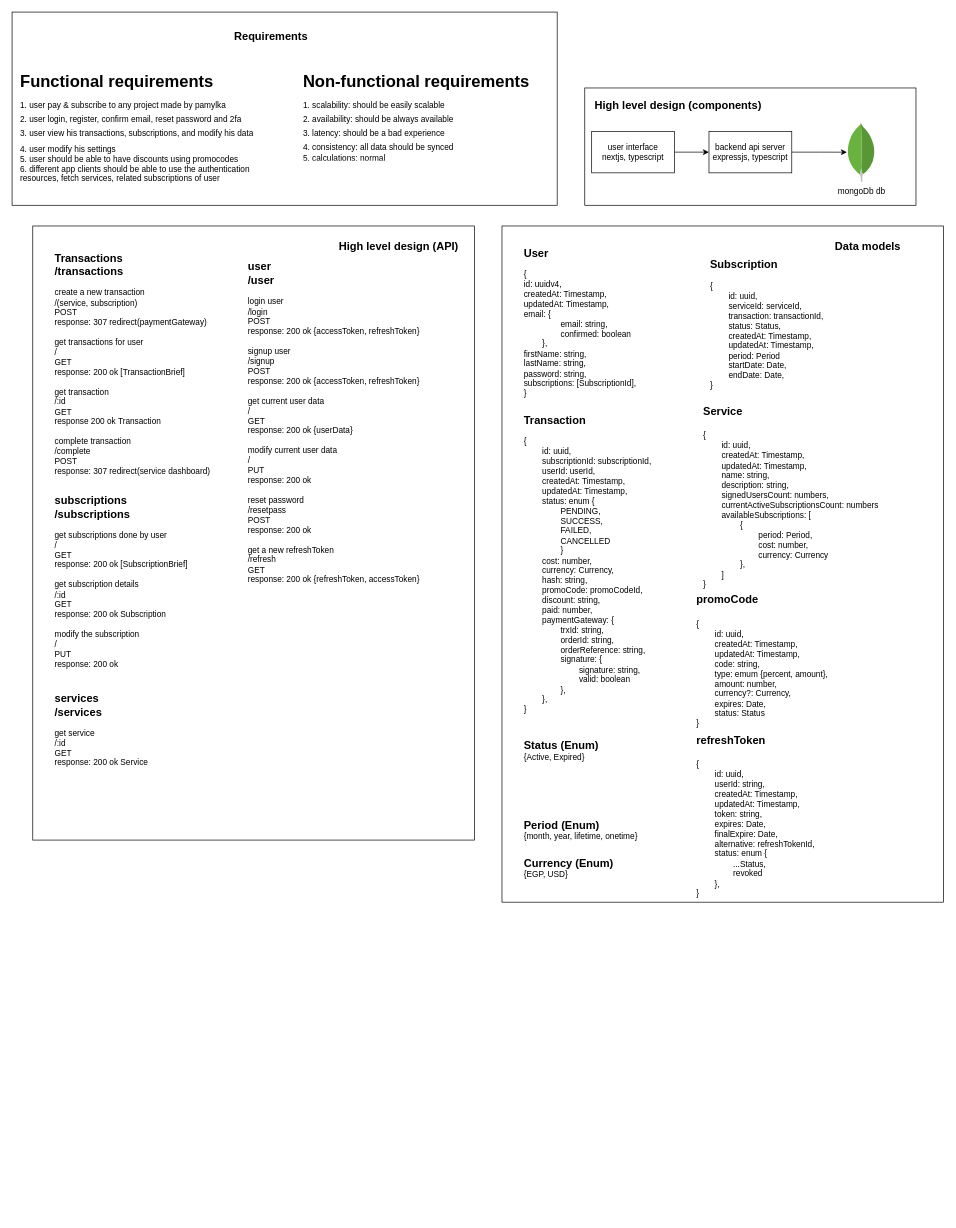
The draw.io diagram pamylka - general.drawio in ahmed-elbehairy7/pamylka-system-design, before the edit. Source tidied: cells renumbered, new cells numbered last; positions are measured from the earlier drawing's top-left corner, leaving out a move shared by most shapes. Both pictures are drawn from the tidied source at 69%, with x=0, y=0 at pixel (12, 12).
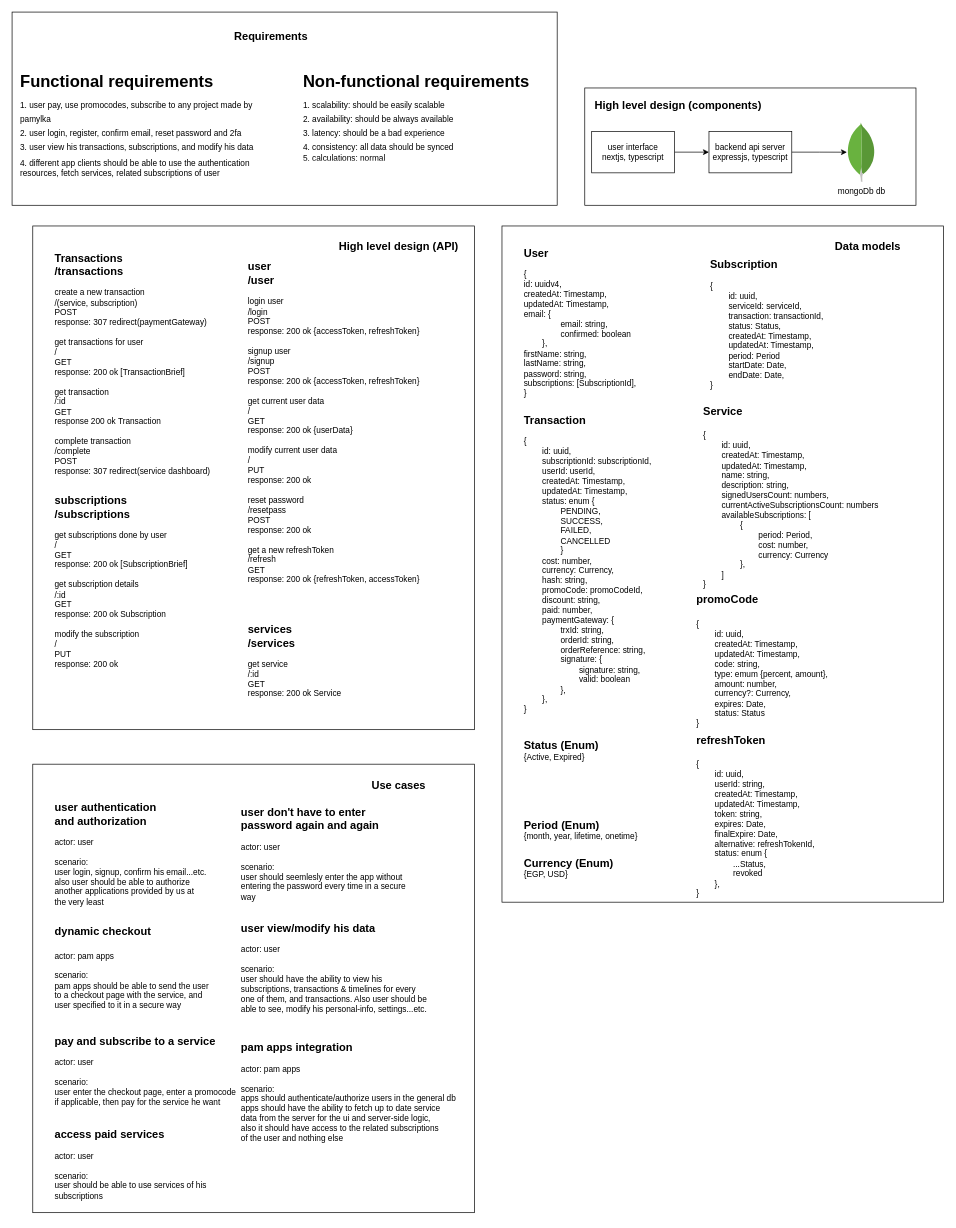
After the change.

Unchanged cells that the change refers to:
```xml
<mxCell id="17" style="group;" parent="1" vertex="1">
  <mxGeometry width="790" height="280" as="geometry" />
</mxCell>
```

Diff of the diagram source:
```diff
@@
     <mxCell id="10" style="group;" parent="1" vertex="1">
-      <mxGeometry x="30" y="310" width="640" height="890" as="geometry" />
+      <mxGeometry x="30" y="310" width="640" height="736" as="geometry" />
     </mxCell>
     <mxCell id="11" style="whiteSpace=wrap;html=1;fontSize=11;" parent="10" vertex="1">
-      <mxGeometry width="640" height="890" as="geometry" />
+      <mxGeometry width="640" height="730" as="geometry" />
     </mxCell>
@@
     <mxCell id="16" value="&lt;div&gt;&lt;span style=&quot;font-size: 16px;&quot;&gt;&lt;b&gt;services&lt;/b&gt;&lt;/span&gt;&lt;/div&gt;&lt;div&gt;&lt;b style=&quot;font-size: 16px; background-color: transparent; color: light-dark(rgb(0, 0, 0), rgb(255, 255, 255));&quot;&gt;/services&lt;/b&gt;&lt;/div&gt;&lt;div&gt;&lt;br&gt;&lt;/div&gt;&lt;div&gt;get service&lt;/div&gt;&lt;div&gt;/:id&lt;/div&gt;&lt;div&gt;GET&lt;/div&gt;&lt;div&gt;response: 200 ok Service&lt;/div&gt;" style="text;html=1;align=left;verticalAlign=middle;strokeColor=none;fillColor=none;" parent="10" vertex="1">
-      <mxGeometry x="30" y="670" width="160" height="120" as="geometry" />
+      <mxGeometry x="310" y="570" width="160" height="120" as="geometry" />
     </mxCell>
@@
-    <mxCell id="19" value="&lt;h1 style=&quot;margin-top: 0px;&quot;&gt;&lt;span style=&quot;background-color: transparent; color: light-dark(rgb(0, 0, 0), rgb(255, 255, 255));&quot;&gt;Functional requirements&lt;/span&gt;&lt;/h1&gt;&lt;h1 style=&quot;margin-top: 0px; line-height: 0%;&quot;&gt;&lt;span style=&quot;font-size: 12px; font-weight: 400;&quot;&gt;1. user pay &amp;amp; subscribe to any project made by pamylka&lt;/span&gt;&lt;/h1&gt;&lt;h1 style=&quot;margin-top: 0px; line-height: 0%;&quot;&gt;&lt;span style=&quot;font-size: 12px; font-weight: 400; background-color: transparent; color: light-dark(rgb(0, 0, 0), rgb(255, 255, 255));&quot;&gt;2. user login, register, confirm email, reset password and 2fa&lt;/span&gt;&lt;/h1&gt;&lt;h1 style=&quot;margin-top: 0px; line-height: 0%;&quot;&gt;&lt;span style=&quot;font-size: 12px; font-weight: 400; background-color: transparent; color: light-dark(rgb(0, 0, 0), rgb(255, 255, 255));&quot;&gt;3. user view his transactions, subscriptions, and modify his data&lt;/span&gt;&lt;/h1&gt;&lt;div&gt;&lt;span style=&quot;font-size: 12px; font-weight: 400; background-color: transparent; color: light-dark(rgb(0, 0, 0), rgb(255, 255, 255));&quot;&gt;4. user modify his settings&lt;/span&gt;&lt;/div&gt;&lt;div&gt;&lt;span style=&quot;font-size: 12px; font-weight: 400; background-color: transparent; color: light-dark(rgb(0, 0, 0), rgb(255, 255, 255));&quot;&gt;5. user should be able to have discounts using promocodes&lt;/span&gt;&lt;/div&gt;&lt;div&gt;&lt;span style=&quot;font-size: 12px; font-weight: 400; background-color: transparent; color: light-dark(rgb(0, 0, 0), rgb(255, 255, 255));&quot;&gt;6. different app clients should be able to use the authentication&lt;/span&gt;&lt;/div&gt;&lt;div&gt;&lt;span style=&quot;font-size: 12px; font-weight: 400; background-color: transparent; color: light-dark(rgb(0, 0, 0), rgb(255, 255, 255));&quot;&gt;resources, fetch services, related subscriptions of user&lt;/span&gt;&lt;/div&gt;" style="text;html=1;whiteSpace=wrap;overflow=hidden;rounded=0;" parent="17" vertex="1">
+    <mxCell id="19" value="&lt;h1 style=&quot;margin-top: 0px;&quot;&gt;&lt;span style=&quot;background-color: transparent; color: light-dark(rgb(0, 0, 0), rgb(255, 255, 255));&quot;&gt;Functional requirements&lt;/span&gt;&lt;/h1&gt;&lt;h1 style=&quot;margin-top: 0px; line-height: 0%;&quot;&gt;&lt;span style=&quot;font-size: 12px; font-weight: 400;&quot;&gt;1. user pay, use promocodes, subscribe to any project made by&amp;nbsp;&lt;/span&gt;&lt;/h1&gt;&lt;h1 style=&quot;margin-top: 0px; line-height: 0%;&quot;&gt;&lt;span style=&quot;font-size: 12px; font-weight: 400;&quot;&gt;pamylka&lt;/span&gt;&lt;/h1&gt;&lt;h1 style=&quot;margin-top: 0px; line-height: 0%;&quot;&gt;&lt;span style=&quot;font-size: 12px; font-weight: 400; background-color: transparent; color: light-dark(rgb(0, 0, 0), rgb(255, 255, 255));&quot;&gt;2. user login, register, confirm email, reset password and 2fa&lt;/span&gt;&lt;/h1&gt;&lt;h1 style=&quot;margin-top: 0px; line-height: 0%;&quot;&gt;&lt;span style=&quot;font-size: 12px; font-weight: 400; background-color: transparent; color: light-dark(rgb(0, 0, 0), rgb(255, 255, 255));&quot;&gt;3. user view his transactions, subscriptions, and modify his data&lt;/span&gt;&lt;/h1&gt;&lt;div&gt;&lt;span style=&quot;background-color: transparent; color: light-dark(rgb(0, 0, 0), rgb(255, 255, 255));&quot;&gt;4. different app clients should be able to use the authentication&lt;/span&gt;&lt;/div&gt;&lt;div&gt;&lt;span style=&quot;font-size: 12px; font-weight: 400; background-color: transparent; color: light-dark(rgb(0, 0, 0), rgb(255, 255, 255));&quot;&gt;resources, fetch services, related subscriptions of user&lt;/span&gt;&lt;/div&gt;" style="text;html=1;whiteSpace=wrap;overflow=hidden;rounded=0;" parent="17" vertex="1">
       <mxGeometry x="10" y="80" width="370" height="170" as="geometry" />
     </mxCell>
@@
+    <mxCell id="34" style="group;" parent="1" vertex="1">
+      <mxGeometry x="30" y="1090" width="640" height="654" as="geometry" />
+    </mxCell>
+    <mxCell id="35" style="whiteSpace=wrap;html=1;fontSize=11;" parent="34" vertex="1">
+      <mxGeometry width="640" height="650" as="geometry" />
+    </mxCell>
+    <mxCell id="36" value="&lt;div&gt;&lt;span style=&quot;font-size: 16px;&quot;&gt;&lt;b&gt;user authentication&amp;nbsp;&lt;/b&gt;&lt;/span&gt;&lt;/div&gt;&lt;div&gt;&lt;span style=&quot;font-size: 16px;&quot;&gt;&lt;b&gt;and authorization&lt;/b&gt;&lt;/span&gt;&lt;/div&gt;&lt;div&gt;&lt;br&gt;&lt;/div&gt;&lt;div&gt;actor: user&lt;/div&gt;&lt;div&gt;&lt;br&gt;&lt;/div&gt;&lt;div&gt;scenario:&lt;/div&gt;&lt;div&gt;user login, signup, confirm his email...etc.&lt;/div&gt;&lt;div&gt;also user should be able to authorize&amp;nbsp;&lt;/div&gt;&lt;div&gt;another applications provided by us at&lt;/div&gt;&lt;div&gt;the very least&lt;/div&gt;" style="text;html=1;align=left;verticalAlign=middle;strokeColor=none;fillColor=none;" parent="34" vertex="1">
+      <mxGeometry x="30" y="45" width="240" height="170" as="geometry" />
+    </mxCell>
+    <mxCell id="37" value="&lt;div&gt;&lt;span style=&quot;font-size: 16px;&quot;&gt;&lt;b&gt;dynamic checkout&lt;/b&gt;&lt;/span&gt;&lt;/div&gt;&lt;div&gt;&lt;span style=&quot;font-size: 16px;&quot;&gt;&lt;b&gt;&lt;br&gt;&lt;/b&gt;&lt;/span&gt;&lt;/div&gt;&lt;div&gt;actor: pam apps&lt;/div&gt;&lt;div&gt;&lt;br&gt;&lt;/div&gt;&lt;div&gt;scenario:&lt;/div&gt;&lt;div&gt;pam apps should be able to send the user&amp;nbsp;&lt;/div&gt;&lt;div&gt;to a&amp;nbsp;&lt;span style=&quot;background-color: transparent; color: light-dark(rgb(0, 0, 0), rgb(255, 255, 255));&quot;&gt;checkout page with the service, and&amp;nbsp;&lt;/span&gt;&lt;/div&gt;&lt;div&gt;&lt;span style=&quot;background-color: transparent; color: light-dark(rgb(0, 0, 0), rgb(255, 255, 255));&quot;&gt;user specified to it in a secure way&lt;/span&gt;&lt;/div&gt;" style="text;html=1;align=left;verticalAlign=middle;strokeColor=none;fillColor=none;" parent="34" vertex="1">
+      <mxGeometry x="30" y="225" width="250" height="140" as="geometry" />
+    </mxCell>
+    <mxCell id="38" value="&lt;font style=&quot;font-size: 16px;&quot;&gt;&lt;b&gt;Use cases&lt;/b&gt;&lt;/font&gt;" style="text;html=1;align=center;verticalAlign=middle;strokeColor=none;fillColor=none;" parent="34" vertex="1">
+      <mxGeometry x="480" y="15" width="100" height="30" as="geometry" />
+    </mxCell>
+    <mxCell id="39" value="&lt;div&gt;&lt;span style=&quot;font-size: 16px;&quot;&gt;&lt;b&gt;pay and subscribe to a service&lt;/b&gt;&lt;/span&gt;&lt;/div&gt;&lt;div&gt;&lt;br&gt;&lt;/div&gt;&lt;div&gt;actor: user&lt;/div&gt;&lt;div&gt;&lt;br&gt;&lt;/div&gt;&lt;div&gt;scenario:&lt;/div&gt;&lt;div&gt;user enter the checkout page, enter a promocode&lt;/div&gt;&lt;div&gt;if applicable, then pay for the service he want&lt;/div&gt;" style="text;html=1;align=left;verticalAlign=middle;strokeColor=none;fillColor=none;" parent="34" vertex="1">
+      <mxGeometry x="30" y="385" width="290" height="120" as="geometry" />
+    </mxCell>
+    <mxCell id="40" value="&lt;div&gt;&lt;span style=&quot;font-size: 16px;&quot;&gt;&lt;b&gt;access paid services&lt;/b&gt;&lt;/span&gt;&lt;/div&gt;&lt;div&gt;&lt;br&gt;&lt;/div&gt;&lt;div&gt;actor: user&lt;/div&gt;&lt;div&gt;&lt;br&gt;&lt;/div&gt;&lt;div&gt;scenario:&lt;/div&gt;&lt;div&gt;user should be able to use services of his&lt;/div&gt;&lt;div&gt;subscriptions&lt;/div&gt;" style="text;html=1;align=left;verticalAlign=middle;strokeColor=none;fillColor=none;" parent="34" vertex="1">
+      <mxGeometry x="30" y="520" width="240" height="120" as="geometry" />
+    </mxCell>
+    <mxCell id="41" value="&lt;div&gt;&lt;span style=&quot;font-size: 16px;&quot;&gt;&lt;b&gt;user don't have to enter&amp;nbsp;&lt;/b&gt;&lt;/span&gt;&lt;/div&gt;&lt;div&gt;&lt;span style=&quot;font-size: 16px;&quot;&gt;&lt;b&gt;password again and again&lt;/b&gt;&lt;/span&gt;&lt;/div&gt;&lt;div&gt;&lt;br&gt;&lt;/div&gt;&lt;div&gt;actor: user&lt;/div&gt;&lt;div&gt;&lt;br&gt;&lt;/div&gt;&lt;div&gt;scenario:&lt;/div&gt;&lt;div&gt;user should seemlesly enter the app without&lt;/div&gt;&lt;div&gt;entering the password every time in a secure&lt;/div&gt;&lt;div&gt;way&lt;/div&gt;" style="text;html=1;align=left;verticalAlign=middle;strokeColor=none;fillColor=none;" parent="34" vertex="1">
+      <mxGeometry x="300" y="55" width="260" height="150" as="geometry" />
+    </mxCell>
+    <mxCell id="42" value="&lt;div&gt;&lt;span style=&quot;font-size: 16px;&quot;&gt;&lt;b&gt;user view/modify his data&amp;nbsp;&lt;/b&gt;&lt;/span&gt;&lt;/div&gt;&lt;div&gt;&lt;br&gt;&lt;/div&gt;&lt;div&gt;actor: user&lt;/div&gt;&lt;div&gt;&lt;br&gt;&lt;/div&gt;&lt;div&gt;scenario:&lt;/div&gt;&lt;div&gt;user should have the ability to view his&amp;nbsp;&lt;/div&gt;&lt;div&gt;subscriptions, transactions &amp;amp; timelines for every&amp;nbsp;&lt;/div&gt;&lt;div&gt;one of them, and transactions. Also user should be&lt;/div&gt;&lt;div&gt;able to see, modify his personal-info, settings...etc.&lt;/div&gt;" style="text;html=1;align=left;verticalAlign=middle;strokeColor=none;fillColor=none;" parent="34" vertex="1">
+      <mxGeometry x="300" y="220" width="290" height="150" as="geometry" />
+    </mxCell>
+    <mxCell id="43" value="&lt;div&gt;&lt;span style=&quot;font-size: 16px;&quot;&gt;&lt;b&gt;pam apps integration&lt;/b&gt;&lt;/span&gt;&lt;/div&gt;&lt;div&gt;&lt;br&gt;&lt;/div&gt;&lt;div&gt;actor: pam apps&lt;/div&gt;&lt;div&gt;&lt;br&gt;&lt;/div&gt;&lt;div&gt;scenario:&lt;/div&gt;&lt;div&gt;apps should authenticate/authorize users in the general db&amp;nbsp;&lt;/div&gt;&lt;div&gt;apps should have the ability to fetch up to date service&lt;/div&gt;&lt;div&gt;data from the server for the ui and server-side logic,&lt;/div&gt;&lt;div&gt;also it should have access to the related subscriptions&amp;nbsp;&lt;/div&gt;&lt;div&gt;of the user and&amp;nbsp;&lt;span style=&quot;background-color: transparent; color: light-dark(rgb(0, 0, 0), rgb(255, 255, 255));&quot;&gt;nothing else&lt;/span&gt;&lt;/div&gt;" style="text;html=1;align=left;verticalAlign=middle;strokeColor=none;fillColor=none;" parent="34" vertex="1">
+      <mxGeometry x="300" y="395" width="340" height="160" as="geometry" />
+    </mxCell>
```
